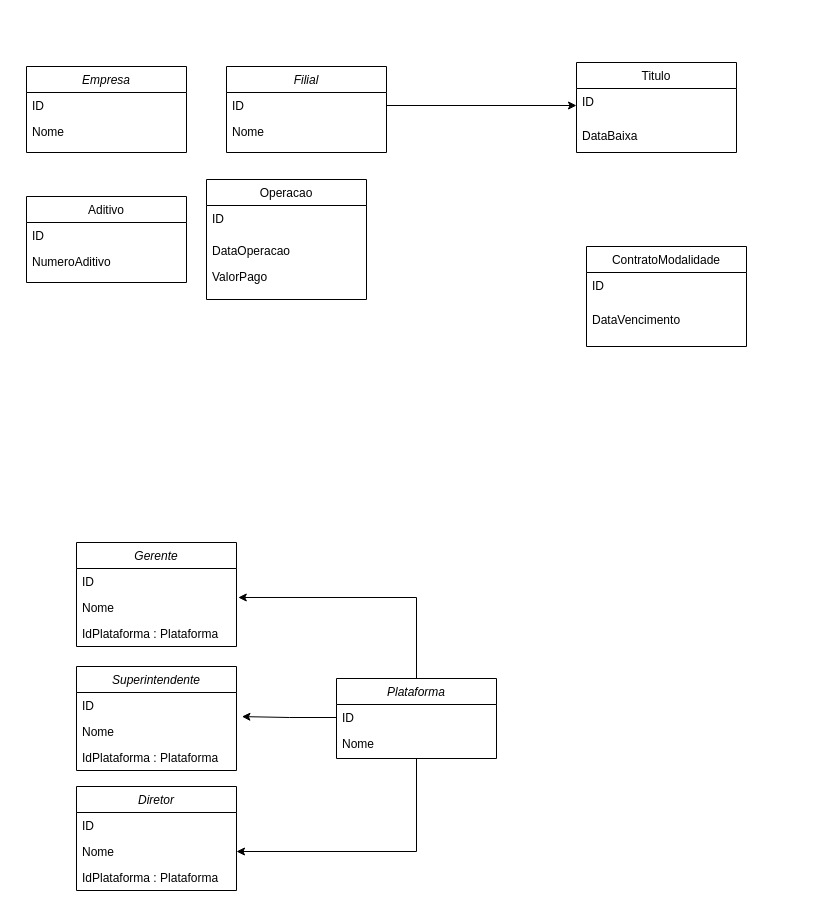
henriquelima0/WebFiap keeps this draw.io diagram as uml.drawio. Above is the earlier version. Source tidied: cells renumbered, new cells numbered last; positions are measured from the earlier drawing's top-left corner, leaving out a move shared by most shapes. Both pictures are drawn from the tidied source at 100%, with x=0, y=0 at pixel (26, 62).
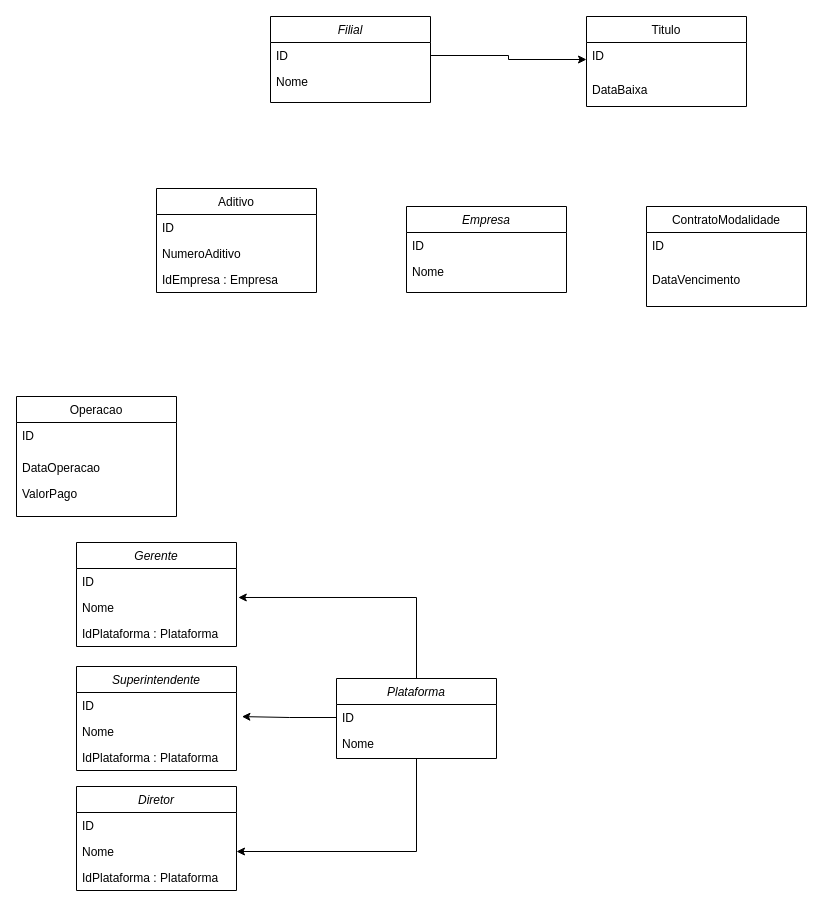
The same page after the edit.

The edit, as a diff of the source:
```diff
@@
     <mxCell id="2" value="Empresa" style="swimlane;fontStyle=2;align=center;verticalAlign=top;horizontal=1;startSize=26;rounded=0;shadow=0;strokeWidth=1;" parent="1" vertex="1">
-      <mxGeometry y="4" width="160" height="86" as="geometry" />
+      <mxGeometry x="380" y="144" width="160" height="86" as="geometry" />
     </mxCell>
@@
     <mxCell id="5" value="Titulo&#10;" style="swimlane;fontStyle=0;align=center;verticalAlign=top;horizontal=1;startSize=26;rounded=0;shadow=0;strokeWidth=1;" parent="1" vertex="1">
-      <mxGeometry x="550" width="160" height="90" as="geometry" />
+      <mxGeometry x="560" y="-46" width="160" height="90" as="geometry" />
     </mxCell>
@@
     <mxCell id="8" value="Aditivo" style="swimlane;fontStyle=0;align=center;verticalAlign=top;horizontal=1;startSize=26;rounded=0;shadow=0;strokeWidth=1;" parent="1" vertex="1">
-      <mxGeometry y="134" width="160" height="86" as="geometry" />
+      <mxGeometry x="130" y="126" width="160" height="104" as="geometry" />
     </mxCell>
@@
+    <mxCell id="40" value="IdEmpresa : Empresa" style="text;align=left;verticalAlign=top;spacingLeft=4;spacingRight=4;overflow=hidden;" parent="8" vertex="1">
+      <mxGeometry y="78" width="160" height="26" as="geometry" />
+    </mxCell>
     <mxCell id="11" value="Operacao" style="swimlane;fontStyle=0;align=center;verticalAlign=top;horizontal=1;startSize=26;rounded=0;shadow=0;strokeWidth=1;" parent="1" vertex="1">
-      <mxGeometry x="180" y="117" width="160" height="120" as="geometry" />
+      <mxGeometry x="-10" y="334" width="160" height="120" as="geometry" />
     </mxCell>
@@
     <mxCell id="15" value="ContratoModalidade" style="swimlane;fontStyle=0;align=center;verticalAlign=top;horizontal=1;startSize=26;rounded=0;shadow=0;strokeWidth=1;" parent="1" vertex="1">
-      <mxGeometry x="560" y="184" width="160" height="100" as="geometry" />
+      <mxGeometry x="620" y="144" width="160" height="100" as="geometry" />
     </mxCell>
@@
     <mxCell id="36" value="Filial" style="swimlane;fontStyle=2;align=center;verticalAlign=top;horizontal=1;startSize=26;rounded=0;shadow=0;strokeWidth=1;" parent="1" vertex="1">
-      <mxGeometry x="200" y="4" width="160" height="86" as="geometry" />
+      <mxGeometry x="244" y="-46" width="160" height="86" as="geometry" />
     </mxCell>
```
